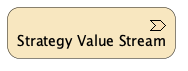
Above: doc/elements/strategy-value-stream.plantuml.png in SixArm/archimate-examples (PlantUML), before the change. Source of this version:
```plantuml
@startuml
!include <archimate/Archimate>
Strategy_ValueStream(SV_01, "Strategy Value Stream")
@enduml
```
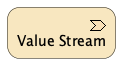
After the commit.

The edit, as a diff of the source:
```diff
@@ -1,4 +1,4 @@
 @startuml
 !include <archimate/Archimate>
-Strategy_ValueStream(SV_01, "Strategy Value Stream")
+Strategy_ValueStream(ValueStream, "Value Stream")
 @enduml
```
